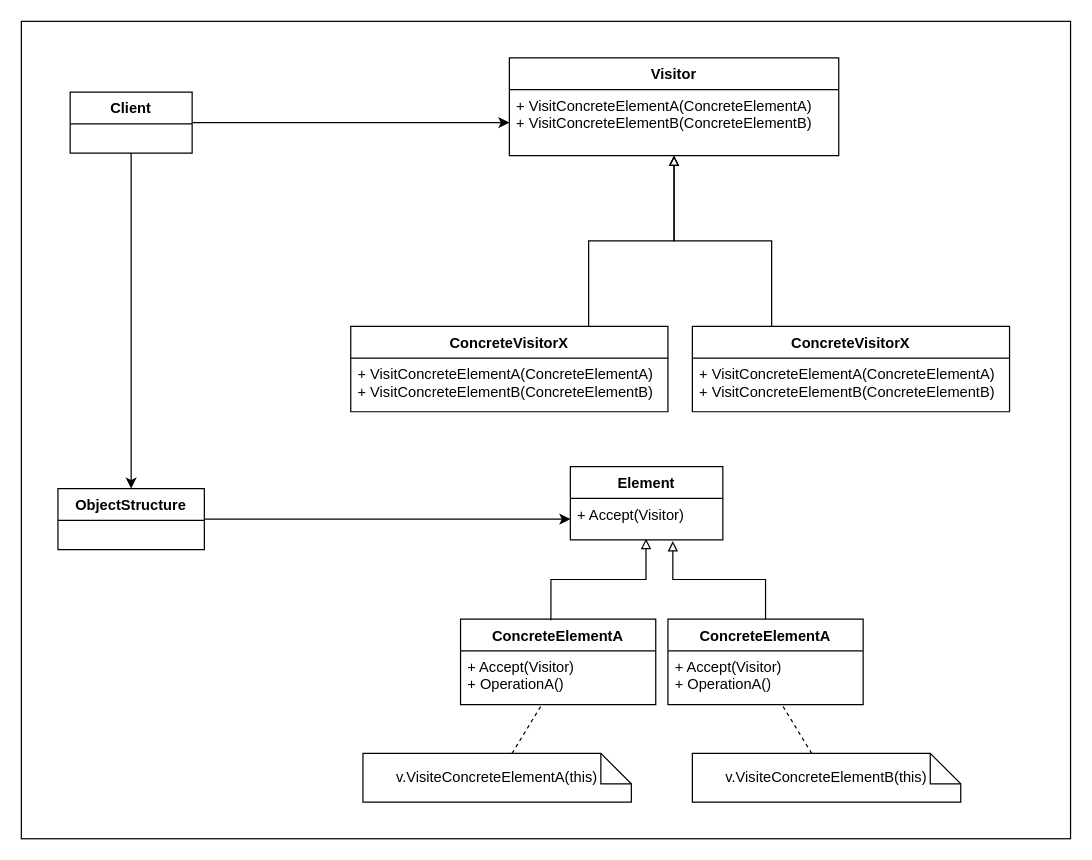
Above: assets/visitor.drawio in CodeReform/codereform.github.io (draw.io), before the change. Source tidied: cells renumbered, new cells numbered last; positions are measured from the earlier drawing's top-left corner, leaving out a move shared by most shapes. Both pictures are drawn from the tidied source at 122%, with x=0, y=0 at pixel (21, 21).
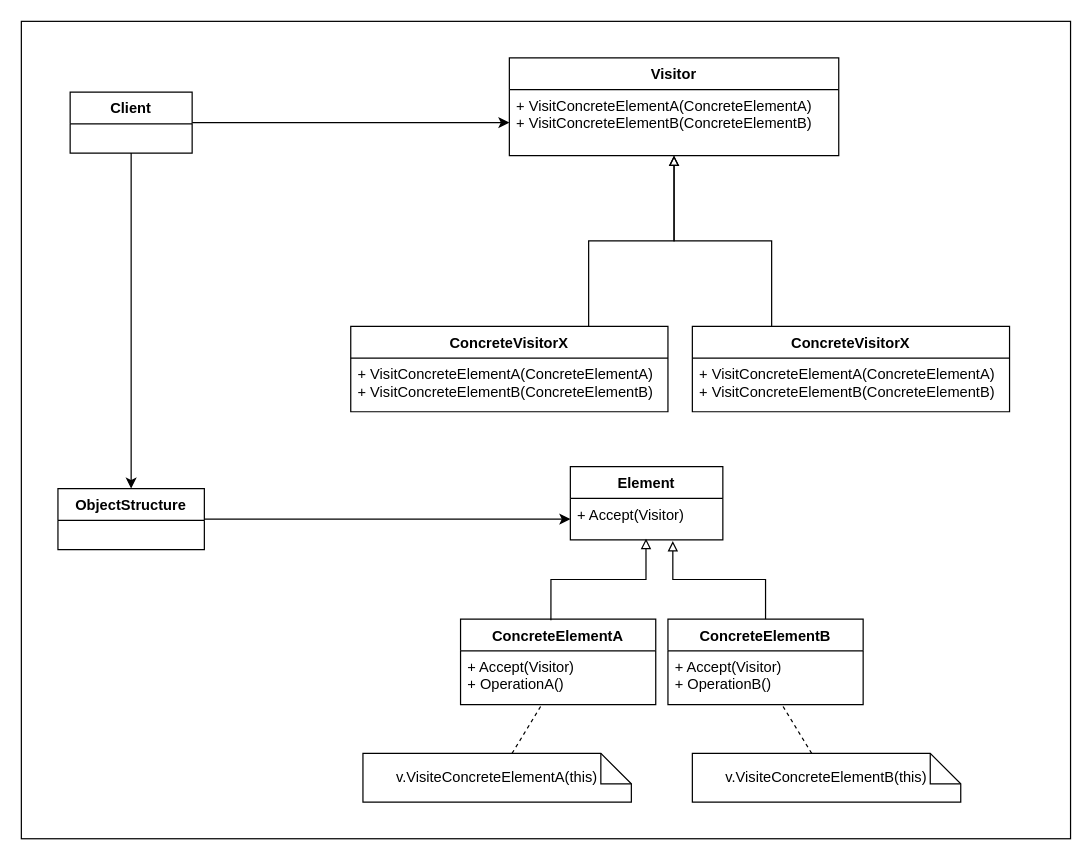
The same page after the edit.

Commit message (it also covers changes not shown here):
fixed minor mistake in visitor diagram

Change to the diagram source:
```diff
@@
-    <mxCell id="22" value="ConcreteElementA" style="swimlane;fontStyle=1;align=center;verticalAlign=top;horizontal=1;startSize=26;whiteSpace=wrap;html=1;" parent="1" vertex="1">
+    <mxCell id="22" value="ConcreteElementB" style="swimlane;fontStyle=1;align=center;verticalAlign=top;horizontal=1;startSize=26;whiteSpace=wrap;html=1;" parent="1" vertex="1">
       <mxGeometry x="530" y="490" width="160" height="70" as="geometry" />
     </mxCell>
-    <mxCell id="23" value="+ Accept(Visitor)&lt;br&gt;+ OperationA()" style="text;strokeColor=none;fillColor=none;align=left;verticalAlign=top;spacingLeft=4;spacingRight=4;overflow=hidden;points=[[0,0.5],[1,0.5]];portConstraint=eastwest;whiteSpace=wrap;html=1;" parent="22" vertex="1">
+    <mxCell id="23" value="+ Accept(Visitor)&lt;br&gt;+ OperationB()" style="text;strokeColor=none;fillColor=none;align=left;verticalAlign=top;spacingLeft=4;spacingRight=4;overflow=hidden;points=[[0,0.5],[1,0.5]];portConstraint=eastwest;whiteSpace=wrap;html=1;" parent="22" vertex="1">
       <mxGeometry y="26" width="160" height="44" as="geometry" />
     </mxCell>
```
